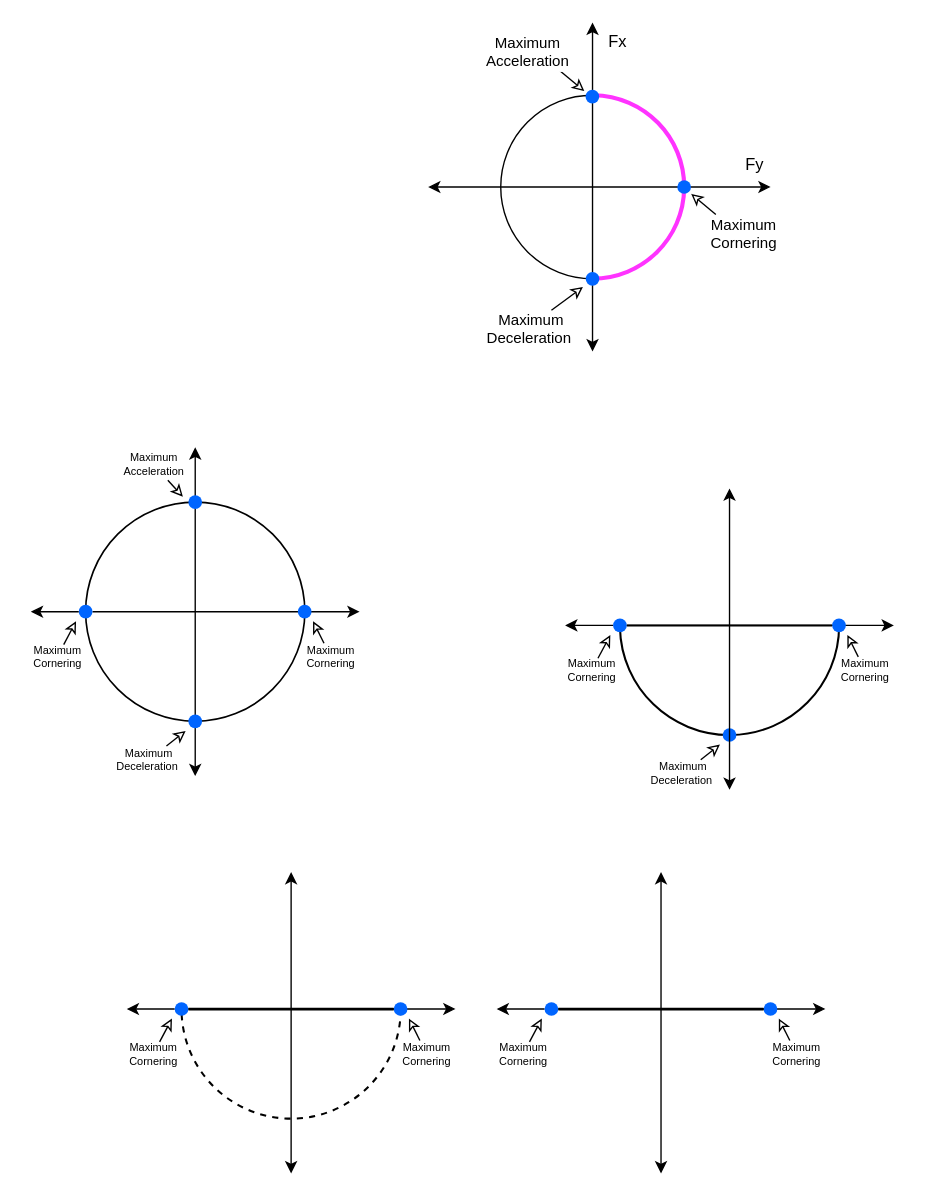
Before: page "friction circle" (1 of 4) of 2022_MPC/Vehicle_Models.drawio in LimingGao/draw_io, a draw.io diagram. Source tidied: cells renumbered, new cells numbered last; positions are measured from the earlier drawing's top-left corner, leaving out a move shared by most shapes. Both pictures are drawn from the tidied source at 137%, with x=0, y=0 at pixel (30, 22).
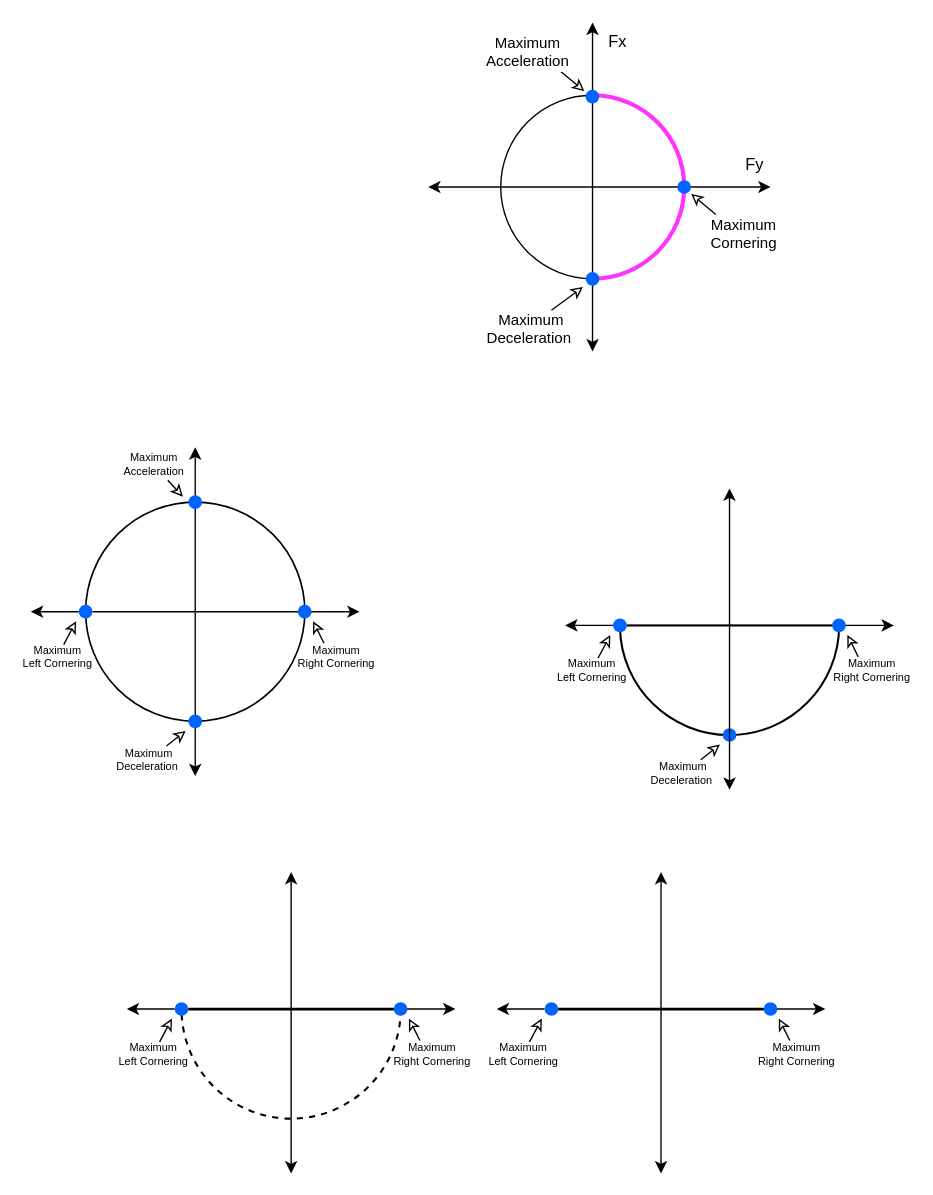
The same page after the edit.

Unchanged cells that the change refers to:
```xml
<mxCell id="28" style="endArrow=classic;endFill=0;labelBackgroundColor=none;" parent="1" edge="1">
  <mxGeometry relative="1" as="geometry">
    <mxPoint x="214" y="453" as="sourcePoint" />
    <mxPoint x="206" y="437" as="targetPoint" />
  </mxGeometry>
</mxCell>
<mxCell id="30" style="endArrow=classic;endFill=0;labelBackgroundColor=none;" parent="1" edge="1">
  <mxGeometry relative="1" as="geometry">
    <mxPoint x="24" y="454" as="sourcePoint" />
    <mxPoint x="33" y="437" as="targetPoint" />
  </mxGeometry>
</mxCell>
<mxCell id="38" style="endArrow=classic;endFill=0;labelBackgroundColor=none;" parent="1" edge="1">
  <mxGeometry relative="1" as="geometry">
    <mxPoint x="604" y="463" as="sourcePoint" />
    <mxPoint x="596" y="447" as="targetPoint" />
  </mxGeometry>
</mxCell>
<mxCell id="40" style="endArrow=classic;endFill=0;labelBackgroundColor=none;" parent="1" edge="1">
  <mxGeometry relative="1" as="geometry">
    <mxPoint x="414" y="464" as="sourcePoint" />
    <mxPoint x="423" y="447" as="targetPoint" />
  </mxGeometry>
</mxCell>
<mxCell id="49" style="endArrow=classic;endFill=0;labelBackgroundColor=none;" parent="1" edge="1">
  <mxGeometry relative="1" as="geometry">
    <mxPoint x="284" y="743" as="sourcePoint" />
    <mxPoint x="276" y="727" as="targetPoint" />
  </mxGeometry>
</mxCell>
<mxCell id="51" style="endArrow=classic;endFill=0;labelBackgroundColor=none;" parent="1" edge="1">
  <mxGeometry relative="1" as="geometry">
    <mxPoint x="94" y="744" as="sourcePoint" />
    <mxPoint x="103" y="727" as="targetPoint" />
  </mxGeometry>
</mxCell>
<mxCell id="59" style="endArrow=classic;endFill=0;labelBackgroundColor=none;" parent="1" edge="1">
  <mxGeometry relative="1" as="geometry">
    <mxPoint x="554" y="743" as="sourcePoint" />
    <mxPoint x="546" y="727" as="targetPoint" />
  </mxGeometry>
</mxCell>
<mxCell id="61" style="endArrow=classic;endFill=0;labelBackgroundColor=none;" parent="1" edge="1">
  <mxGeometry relative="1" as="geometry">
    <mxPoint x="364" y="744" as="sourcePoint" />
    <mxPoint x="373" y="727" as="targetPoint" />
  </mxGeometry>
</mxCell>
```

What changed in the source:
```diff
@@
-    <mxCell id="29" value="Maximum &#10;Cornering" style="edgeLabel;align=center;verticalAlign=middle;labelBackgroundColor=none;fontSize=8;" parent="28" vertex="1">
+    <mxCell id="29" value="Maximum &#10;Right Cornering" style="edgeLabel;align=center;verticalAlign=middle;labelBackgroundColor=none;fontSize=8;" parent="28" vertex="1">
       <mxGeometry x="-0.46" relative="1" as="geometry">
-        <mxPoint x="7" y="14" as="offset" />
+        <mxPoint x="11" y="14" as="offset" />
       </mxGeometry>
     </mxCell>
@@
-    <mxCell id="31" value="Maximum &#10;Cornering" style="edgeLabel;align=center;verticalAlign=middle;labelBackgroundColor=none;fontSize=8;" parent="30" vertex="1">
+    <mxCell id="31" value="Maximum &#10;Left Cornering" style="edgeLabel;align=center;verticalAlign=middle;labelBackgroundColor=none;fontSize=8;" parent="30" vertex="1">
       <mxGeometry x="-0.46" relative="1" as="geometry">
         <mxPoint x="-7" y="13" as="offset" />
       </mxGeometry>
     </mxCell>
@@
-    <mxCell id="39" value="Maximum &#10;Cornering" style="edgeLabel;align=center;verticalAlign=middle;labelBackgroundColor=none;fontSize=8;" parent="38" vertex="1">
+    <mxCell id="39" value="Maximum&#10;Right Cornering" style="edgeLabel;align=center;verticalAlign=middle;labelBackgroundColor=none;fontSize=8;" parent="38" vertex="1">
       <mxGeometry x="-0.46" relative="1" as="geometry">
-        <mxPoint x="7" y="14" as="offset" />
+        <mxPoint x="12" y="14" as="offset" />
       </mxGeometry>
     </mxCell>
@@
-    <mxCell id="41" value="Maximum &#10;Cornering" style="edgeLabel;align=center;verticalAlign=middle;labelBackgroundColor=none;fontSize=8;" parent="40" vertex="1">
+    <mxCell id="41" value="Maximum&#10;Left Cornering" style="edgeLabel;align=center;verticalAlign=middle;labelBackgroundColor=none;fontSize=8;" parent="40" vertex="1">
       <mxGeometry x="-0.46" relative="1" as="geometry">
         <mxPoint x="-7" y="13" as="offset" />
       </mxGeometry>
     </mxCell>
@@
-    <mxCell id="50" value="Maximum &#10;Cornering" style="edgeLabel;align=center;verticalAlign=middle;labelBackgroundColor=none;fontSize=8;" parent="49" vertex="1">
+    <mxCell id="50" value="Maximum&#10;Right Cornering" style="edgeLabel;align=center;verticalAlign=middle;labelBackgroundColor=none;fontSize=8;" parent="49" vertex="1">
       <mxGeometry x="-0.46" relative="1" as="geometry">
-        <mxPoint x="7" y="14" as="offset" />
+        <mxPoint x="11" y="14" as="offset" />
       </mxGeometry>
     </mxCell>
@@
-    <mxCell id="52" value="Maximum &#10;Cornering" style="edgeLabel;align=center;verticalAlign=middle;labelBackgroundColor=none;fontSize=8;" parent="51" vertex="1">
+    <mxCell id="52" value="Maximum&#10;Left Cornering" style="edgeLabel;align=center;verticalAlign=middle;labelBackgroundColor=none;fontSize=8;" parent="51" vertex="1">
       <mxGeometry x="-0.46" relative="1" as="geometry">
         <mxPoint x="-7" y="13" as="offset" />
       </mxGeometry>
     </mxCell>
@@
-    <mxCell id="60" value="Maximum &#10;Cornering" style="edgeLabel;align=center;verticalAlign=middle;labelBackgroundColor=none;fontSize=8;" parent="59" vertex="1">
+    <mxCell id="60" value="Maximum&#10;Right Cornering" style="edgeLabel;align=center;verticalAlign=middle;labelBackgroundColor=none;fontSize=8;" parent="59" vertex="1">
       <mxGeometry x="-0.46" relative="1" as="geometry">
         <mxPoint x="7" y="14" as="offset" />
       </mxGeometry>
     </mxCell>
@@
-    <mxCell id="62" value="Maximum &#10;Cornering" style="edgeLabel;align=center;verticalAlign=middle;labelBackgroundColor=none;fontSize=8;" parent="61" vertex="1">
+    <mxCell id="62" value="Maximum&#10;Left Cornering" style="edgeLabel;align=center;verticalAlign=middle;labelBackgroundColor=none;fontSize=8;" parent="61" vertex="1">
       <mxGeometry x="-0.46" relative="1" as="geometry">
         <mxPoint x="-7" y="13" as="offset" />
       </mxGeometry>
     </mxCell>
```
